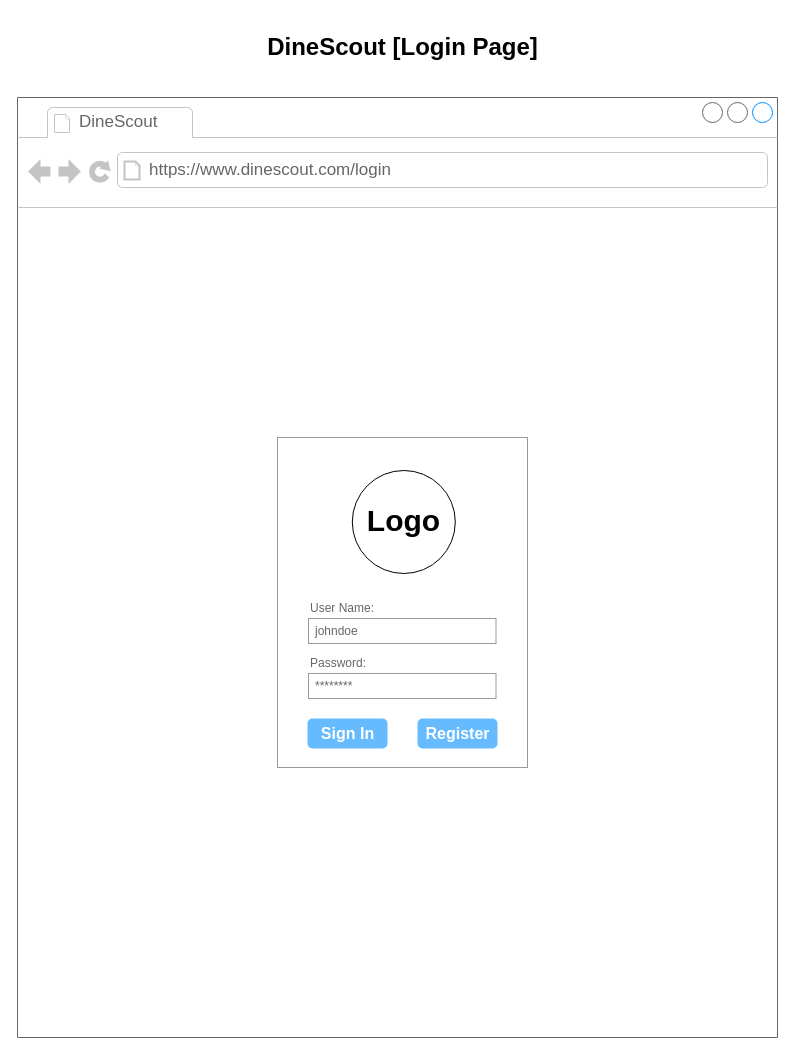
This is ds_login.drawio from Stucki-Kyle/IS6465, a draw.io file, before an edit. Source tidied: cells renumbered, new cells numbered last; positions are measured from the earlier drawing's top-left corner, leaving out a move shared by most shapes. Both pictures are drawn from the tidied source at 100%, with x=0, y=0 at pixel (17, 17).
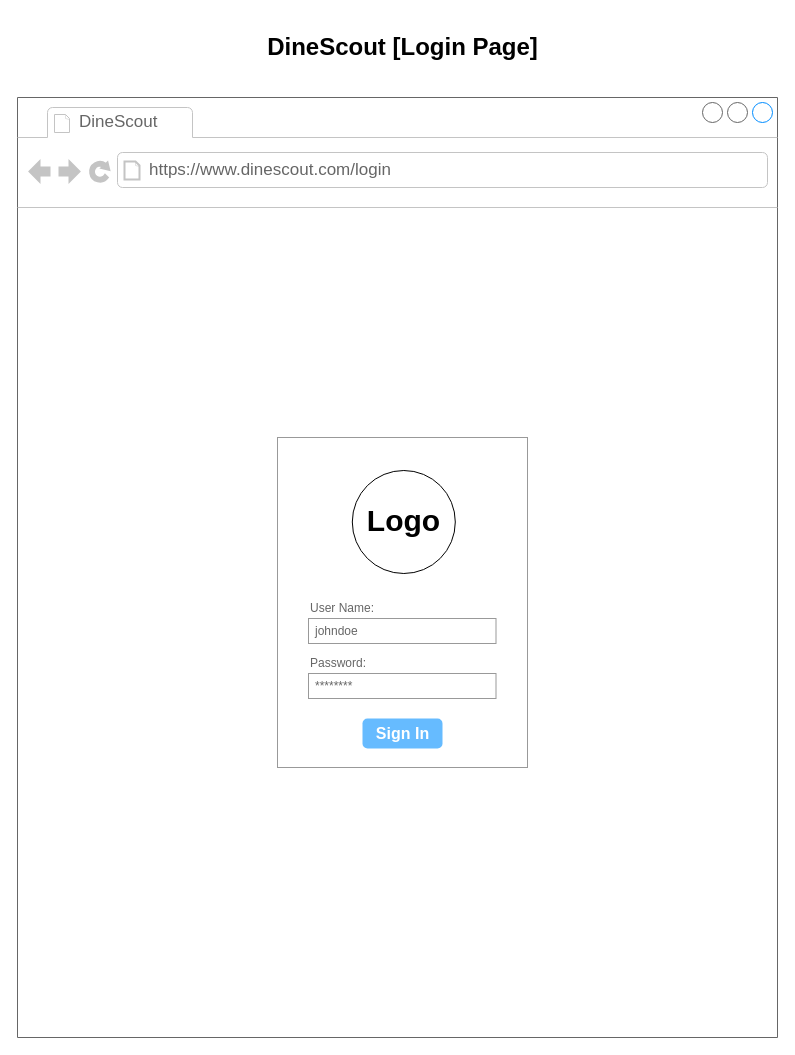
The same diagram, later.

Change to the diagram source:
```diff
@@
 <mxGraphModel>
   <root>
     <mxCell id="0" />
     <mxCell id="1" parent="0" />
     <mxCell id="2" style="strokeWidth=1;shadow=0;dashed=0;align=center;html=1;shape=mxgraph.mockup.containers.browserWindow;rSize=0;strokeColor=#666666;strokeColor2=#008cff;strokeColor3=#c4c4c4;mainText=,;" parent="1" vertex="1">
       <mxGeometry y="80" width="760" height="940" as="geometry" />
     </mxCell>
     <mxCell id="3" value="DineScout" style="strokeWidth=1;shadow=0;dashed=0;align=center;html=1;shape=mxgraph.mockup.containers.anchor;fontSize=17;fontColor=#666666;align=left;whiteSpace=wrap;" parent="2" vertex="1">
       <mxGeometry x="60" y="12" width="110" height="26" as="geometry" />
     </mxCell>
     <mxCell id="4" value="https://www.dinescout.com/login" style="strokeWidth=1;shadow=0;dashed=0;align=center;html=1;shape=mxgraph.mockup.containers.anchor;rSize=0;fontSize=17;fontColor=#666666;align=left;" parent="2" vertex="1">
       <mxGeometry x="130" y="60" width="250" height="26" as="geometry" />
     </mxCell>
     <mxCell id="5" style="strokeWidth=1;shadow=0;dashed=0;align=center;html=1;shape=mxgraph.mockup.forms.rrect;rSize=0;strokeColor=#999999;fillColor=#ffffff;" parent="2" vertex="1">
       <mxGeometry x="260" y="340" width="250" height="330" as="geometry" />
     </mxCell>
     <mxCell id="6" style="strokeWidth=1;shadow=0;dashed=0;align=center;html=1;shape=mxgraph.mockup.forms.anchor;fontSize=12;fontColor=#666666;align=left;spacingLeft=0;" parent="5" vertex="1">
       <mxGeometry width="162.5" height="40" relative="1" as="geometry">
         <mxPoint x="65" y="111" as="offset" />
       </mxGeometry>
     </mxCell>
     <mxCell id="7" value="User Name:" style="strokeWidth=1;shadow=0;dashed=0;align=center;html=1;shape=mxgraph.mockup.forms.anchor;fontSize=12;fontColor=#666666;align=left;spacingLeft=0;" parent="5" vertex="1">
       <mxGeometry width="125" height="20" relative="1" as="geometry">
         <mxPoint x="31" y="161" as="offset" />
       </mxGeometry>
     </mxCell>
     <mxCell id="8" value="johndoe" style="strokeWidth=1;shadow=0;dashed=0;align=center;html=1;shape=mxgraph.mockup.forms.rrect;rSize=0;strokeColor=#999999;fontColor=#666666;align=left;spacingLeft=5;" parent="5" vertex="1">
       <mxGeometry width="187.5" height="25" relative="1" as="geometry">
         <mxPoint x="31" y="181" as="offset" />
       </mxGeometry>
     </mxCell>
     <mxCell id="9" value="Password:" style="strokeWidth=1;shadow=0;dashed=0;align=center;html=1;shape=mxgraph.mockup.forms.anchor;fontSize=12;fontColor=#666666;align=left;spacingLeft=0;" parent="5" vertex="1">
       <mxGeometry width="125" height="20" relative="1" as="geometry">
         <mxPoint x="31" y="216" as="offset" />
       </mxGeometry>
     </mxCell>
     <mxCell id="10" value="********" style="strokeWidth=1;shadow=0;dashed=0;align=center;html=1;shape=mxgraph.mockup.forms.rrect;rSize=0;strokeColor=#999999;fontColor=#666666;align=left;spacingLeft=5;" parent="5" vertex="1">
       <mxGeometry width="187.5" height="25" relative="1" as="geometry">
         <mxPoint x="31" y="236" as="offset" />
       </mxGeometry>
     </mxCell>
     <mxCell id="11" value="Sign In" style="strokeWidth=1;shadow=0;dashed=0;align=center;html=1;shape=mxgraph.mockup.forms.rrect;rSize=5;strokeColor=none;fontColor=#ffffff;fillColor=#66bbff;fontSize=16;fontStyle=1;" parent="5" vertex="1">
       <mxGeometry y="1" width="80" height="30" relative="1" as="geometry">
-        <mxPoint x="30" y="-49" as="offset" />
+        <mxPoint x="85" y="-49" as="offset" />
       </mxGeometry>
     </mxCell>
     <mxCell id="12" style="ellipse;whiteSpace=wrap;html=1;" parent="5" vertex="1">
       <mxGeometry x="74.8" y="33" width="103" height="103" as="geometry" />
     </mxCell>
     <mxCell id="13" value="&lt;p style=&quot;line-height: 120%;&quot;&gt;&lt;font style=&quot;font-size: 30px;&quot;&gt;Logo&lt;/font&gt;&lt;/p&gt;" style="text;strokeColor=none;fillColor=none;html=1;fontSize=24;fontStyle=1;verticalAlign=middle;align=center;" parent="5" vertex="1">
       <mxGeometry x="39.9" y="48" width="172.8" height="73" as="geometry" />
     </mxCell>
-    <mxCell id="14" value="Register" style="strokeWidth=1;shadow=0;dashed=0;align=center;html=1;shape=mxgraph.mockup.forms.rrect;rSize=5;strokeColor=none;fontColor=#ffffff;fillColor=#66bbff;fontSize=16;fontStyle=1;" parent="5" vertex="1">
-      <mxGeometry x="140" y="281" width="80" height="30" as="geometry" />
-    </mxCell>
     <mxCell id="15" value="DineScout [Login Page]" style="text;strokeColor=none;fillColor=none;html=1;fontSize=24;fontStyle=1;verticalAlign=middle;align=center;" parent="1" vertex="1">
       <mxGeometry x="335" width="100" height="60" as="geometry" />
     </mxCell>
   </root>
 </mxGraphModel>
```
